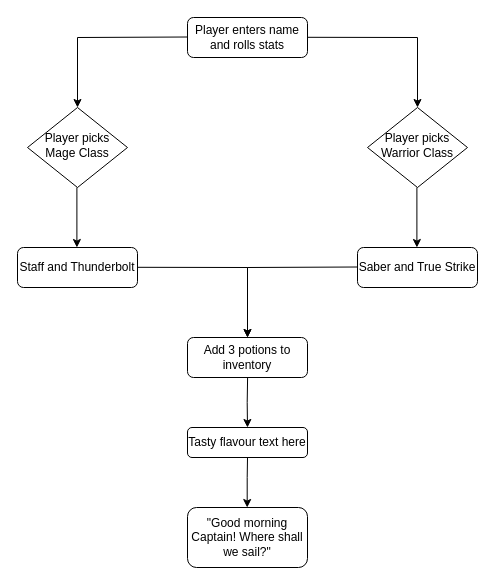
Earlier version of the draw.io diagram storyPath.drawio (sagesaintsalem/finalproject). Source tidied: cells renumbered, new cells numbered last; positions are measured from the earlier drawing's top-left corner, leaving out a move shared by most shapes. Both pictures are drawn from the tidied source at 100%, with x=0, y=0 at pixel (17, 17).
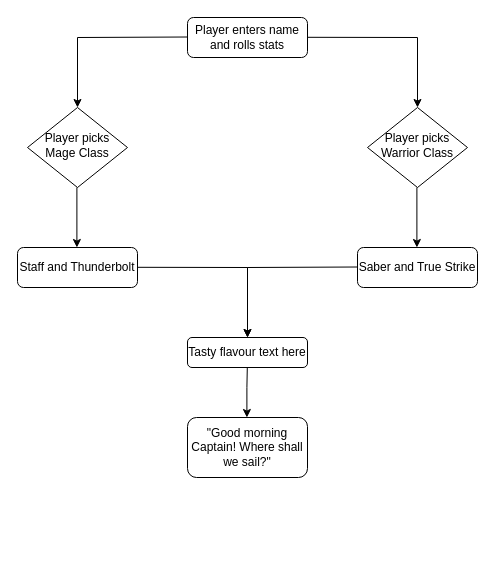
The same page after the edit.

Diff of the diagram source:
```diff
@@
-    <mxCell id="5" value="Add 3 potions to inventory" style="rounded=1;whiteSpace=wrap;html=1;fontSize=12;glass=0;strokeWidth=1;shadow=0;" parent="1" vertex="1">
-      <mxGeometry x="170" y="320" width="120" height="40" as="geometry" />
-    </mxCell>
@@
     <mxCell id="14" value="&quot;Good morning Captain! Where shall we sail?&quot;" style="rounded=1;whiteSpace=wrap;html=1;fontSize=12;glass=0;strokeWidth=1;shadow=0;" parent="1" vertex="1">
-      <mxGeometry x="170" y="490" width="120" height="60" as="geometry" />
+      <mxGeometry x="170" y="400" width="120" height="60" as="geometry" />
     </mxCell>
     <mxCell id="15" value="Tasty flavour text here" style="rounded=1;whiteSpace=wrap;html=1;fontSize=12;glass=0;strokeWidth=1;shadow=0;" parent="1" vertex="1">
-      <mxGeometry x="170" y="410" width="120" height="30" as="geometry" />
+      <mxGeometry x="170" y="320" width="120" height="30" as="geometry" />
     </mxCell>
     <mxCell id="16" style="endArrow=classic;html=1;rounded=0;" parent="1" edge="1">
       <mxGeometry relative="1" as="geometry">
-        <mxPoint x="230" y="440" as="sourcePoint" />
-        <mxPoint x="229.7" y="490" as="targetPoint" />
+        <mxPoint x="229.8" y="350" as="sourcePoint" />
+        <mxPoint x="229.4" y="400" as="targetPoint" />
         <Array as="points">
-          <mxPoint x="229.7" y="460" />
+          <mxPoint x="229.4" y="370" />
         </Array>
       </mxGeometry>
     </mxCell>
-    <mxCell id="17" style="endArrow=classic;html=1;rounded=0;" parent="1" edge="1">
-      <mxGeometry relative="1" as="geometry">
-        <mxPoint x="230.1" y="360" as="sourcePoint" />
-        <mxPoint x="230" y="410" as="targetPoint" />
-        <Array as="points">
-          <mxPoint x="229.7" y="385" />
-        </Array>
-      </mxGeometry>
-    </mxCell>
```
